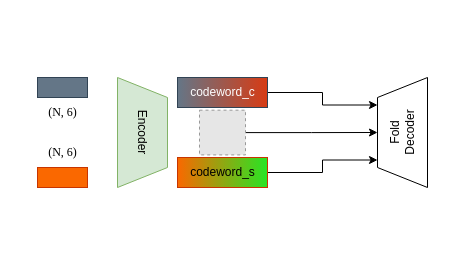
The draw.io diagram 未命名绘图.drawio in susu-attempt/mychart, before the edit. Source tidied: cells renumbered, new cells numbered last; positions are measured from the earlier drawing's top-left corner, leaving out a move shared by most shapes. Both pictures are drawn from the tidied source at 100%, with x=0, y=0 at pixel (17, 27). Pictures stored in the file or linked from it are replaced by grey dashed boxes.
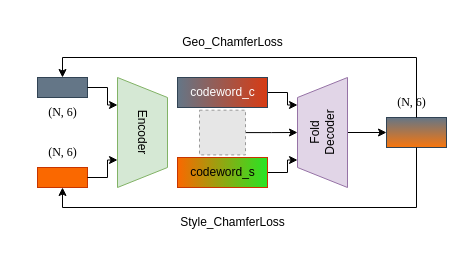
The same diagram, later.

Commit message:
更新未命名绘图.drawio

The change refers to these unchanged cells:
```xml
<mxCell id="2" value="Encoder" style="shape=trapezoid;perimeter=trapezoidPerimeter;whiteSpace=wrap;html=1;fixedSize=1;rotation=90;fillColor=#d5e8d4;strokeColor=#82b366;" parent="1" vertex="1">
  <mxGeometry x="70" y="80" width="110" height="50" as="geometry" />
</mxCell>
<mxCell id="4" style="rounded=0;whiteSpace=wrap;html=1;fillColor=#647687;fontColor=#ffffff;strokeColor=#314354;" parent="3" vertex="1">
  <mxGeometry x="20" y="50" width="50" height="20" as="geometry" />
</mxCell>
<mxCell id="6" style="rounded=0;whiteSpace=wrap;html=1;fillColor=#fa6800;fontColor=#000000;strokeColor=#C73500;" parent="3" vertex="1">
  <mxGeometry x="20" y="140" width="50" height="20" as="geometry" />
</mxCell>
```

What changed in the source:
```diff
@@
+    <mxCell id="15" style="edgeStyle=orthogonalEdgeStyle;rounded=0;jettySize=auto;html=1;entryX=0;entryY=0.5;entryDx=0;entryDy=0;" parent="1" edge="1" source="8" target="18">
+      <mxGeometry relative="1" as="geometry" />
+    </mxCell>
-    <mxCell id="8" value="Fold&lt;div&gt;Decoder&lt;/div&gt;" style="shape=trapezoid;perimeter=trapezoidPerimeter;whiteSpace=wrap;html=1;fixedSize=1;rotation=-90;" parent="1" vertex="1">
-      <mxGeometry x="330" y="80" width="110" height="50" as="geometry" />
+    <mxCell id="8" value="Fold&lt;div&gt;Decoder&lt;/div&gt;" style="shape=trapezoid;perimeter=trapezoidPerimeter;whiteSpace=wrap;html=1;fixedSize=1;rotation=-90;fillColor=#e1d5e7;strokeColor=#9673a6;" parent="1" vertex="1">
+      <mxGeometry x="250" y="80" width="110" height="50" as="geometry" />
     </mxCell>
@@
+    <mxCell id="16" style="group;" parent="1" vertex="1">
+      <mxGeometry x="324" y="-10" width="105" height="160" as="geometry" />
+    </mxCell>
+    <mxCell id="17" value="(N, 6)" style="text;html=1;align=center;verticalAlign=middle;strokeColor=none;fillColor=none;fontFamily=Times New Roman;" parent="16" vertex="1">
+      <mxGeometry x="45" y="70" width="50" height="30" as="geometry" />
+    </mxCell>
+    <mxCell id="18" style="rounded=0;whiteSpace=wrap;html=1;fillColor=#647687;fontColor=#ffffff;strokeColor=#314354;gradientColor=#f8760d;" parent="16" vertex="1">
+      <mxGeometry x="45" y="100" width="60" height="30" as="geometry" />
+    </mxCell>
+    <mxCell id="19" style="edgeStyle=orthogonalEdgeStyle;rounded=0;jettySize=auto;html=1;entryX=0.25;entryY=1;entryDx=0;entryDy=0;" parent="1" edge="1" source="4" target="2">
+      <mxGeometry relative="1" as="geometry" />
+    </mxCell>
+    <mxCell id="20" style="edgeStyle=orthogonalEdgeStyle;rounded=0;jettySize=auto;html=1;entryX=0.75;entryY=1;entryDx=0;entryDy=0;" parent="1" edge="1" source="6" target="2">
+      <mxGeometry relative="1" as="geometry" />
+    </mxCell>
+    <mxCell id="21" style="edgeStyle=orthogonalEdgeStyle;rounded=0;jettySize=auto;html=1;entryX=0.5;entryY=0;entryDx=0;entryDy=0;" parent="1" edge="1" source="18" target="4">
+      <mxGeometry relative="1" as="geometry">
+        <Array as="points">
+          <mxPoint x="399" y="30" />
+          <mxPoint x="45" y="30" />
+        </Array>
+      </mxGeometry>
+    </mxCell>
+    <mxCell id="22" value="Geo_ChamferLoss" style="text;html=1;align=center;verticalAlign=middle;strokeColor=none;fillColor=none;" parent="1" vertex="1">
+      <mxGeometry x="155" width="120" height="30" as="geometry" />
+    </mxCell>
+    <mxCell id="23" style="edgeStyle=orthogonalEdgeStyle;rounded=0;jettySize=auto;html=1;entryX=0.5;entryY=1;entryDx=0;entryDy=0;" parent="1" edge="1" source="18" target="6">
+      <mxGeometry relative="1" as="geometry">
+        <Array as="points">
+          <mxPoint x="399" y="180" />
+          <mxPoint x="45" y="180" />
+        </Array>
+      </mxGeometry>
+    </mxCell>
+    <mxCell id="24" value="Style_ChamferLoss" style="text;html=1;align=center;verticalAlign=middle;strokeColor=none;fillColor=none;" parent="1" vertex="1">
+      <mxGeometry x="150" y="180" width="130" height="30" as="geometry" />
+    </mxCell>
```
